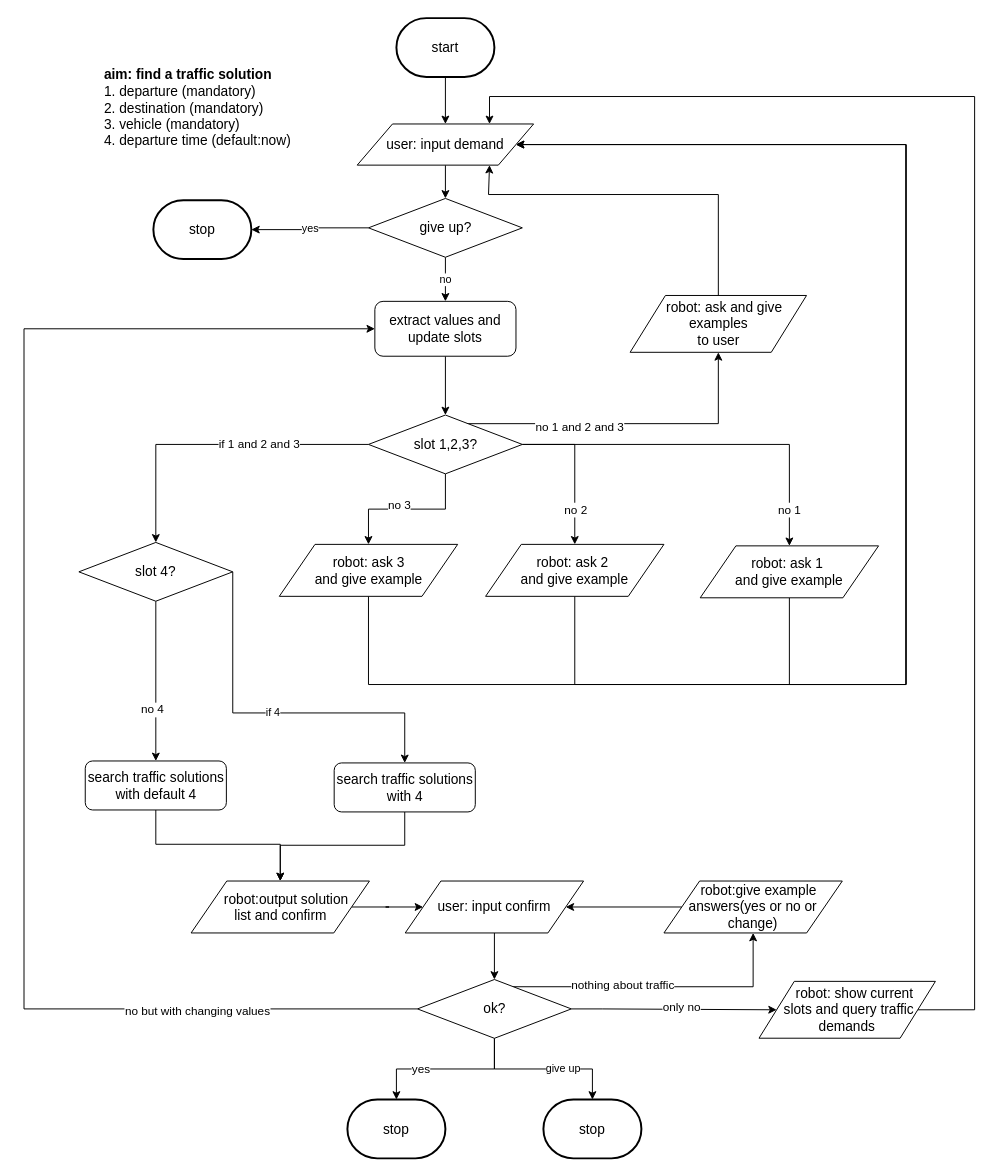
This is flow_diagram/traffic_consult.drawio from ricosr/travel_consult_chatbot, a draw.io file, before an edit. Source tidied: cells renumbered, new cells numbered last; positions are measured from the earlier drawing's top-left corner, leaving out a move shared by most shapes. Both pictures are drawn from the tidied source at 98%, with x=0, y=0 at pixel (24, 18).
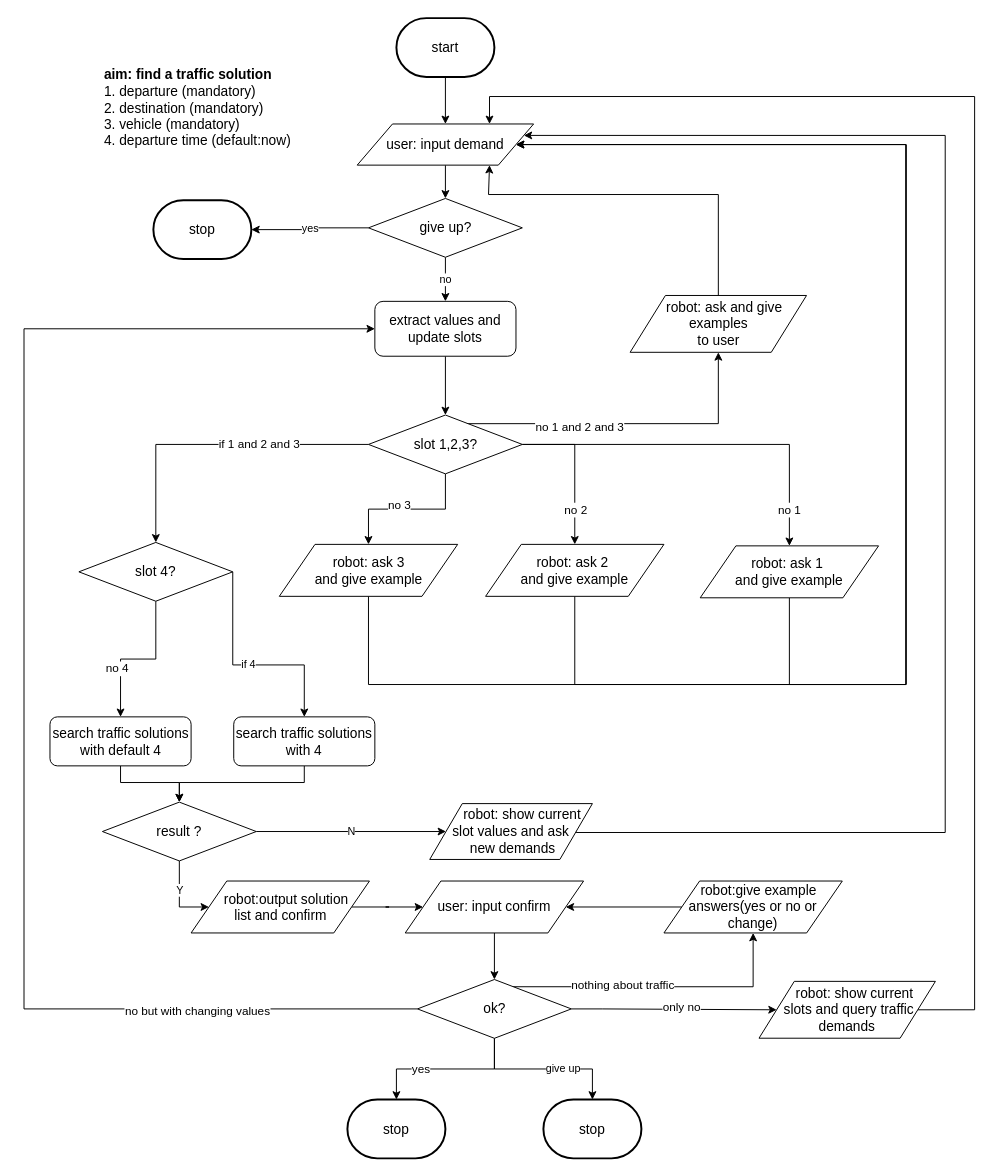
The same page after the edit.

Unchanged cells that the change refers to:
```xml
<mxCell id="19" value="&lt;font style=&quot;font-size: 14px&quot;&gt;slot 4?&lt;br&gt;&lt;/font&gt;" style="rhombus;whiteSpace=wrap;html=1;" parent="1" vertex="1">
  <mxGeometry x="56" y="535" width="157" height="60" as="geometry" />
</mxCell>
<mxCell id="40" value="&lt;span style=&quot;font-size: 14px ; white-space: normal&quot;&gt;user: input demand&lt;/span&gt;" style="shape=parallelogram;perimeter=parallelogramPerimeter;whiteSpace=wrap;html=1;" parent="1" vertex="1">
  <mxGeometry x="340" y="108" width="180" height="42" as="geometry" />
</mxCell>
<mxCell id="47" value="&lt;span style=&quot;font-size: 14px&quot;&gt;&amp;nbsp; &amp;nbsp;robot:output solution &lt;br&gt;list and confirm&lt;/span&gt;" style="shape=parallelogram;perimeter=parallelogramPerimeter;whiteSpace=wrap;html=1;" parent="1" vertex="1">
  <mxGeometry x="170.5" y="880.5" width="182" height="53" as="geometry" />
</mxCell>
```

Diff of the diagram source:
```diff
@@
-    <mxCell id="14" style="edgeStyle=orthogonalEdgeStyle;rounded=0;jettySize=auto;html=1;exitX=0.5;exitY=1;exitDx=0;exitDy=0;entryX=0.5;entryY=0;entryDx=0;entryDy=0;" parent="1" edge="1" source="15" target="47">
-      <mxGeometry relative="1" as="geometry">
-        <Array as="points">
-          <mxPoint x="135" y="843" />
-          <mxPoint x="262" y="843" />
-        </Array>
-      </mxGeometry>
-    </mxCell>
+    <mxCell id="60" style="edgeStyle=orthogonalEdgeStyle;rounded=0;jettySize=auto;html=1;exitX=0.5;exitY=1;exitDx=0;exitDy=0;entryX=0.5;entryY=0;entryDx=0;entryDy=0;" parent="1" edge="1" source="15" target="64">
+      <mxGeometry relative="1" as="geometry">
+        <Array as="points">
+          <mxPoint x="99" y="780" />
+          <mxPoint x="159" y="780" />
+        </Array>
+      </mxGeometry>
+    </mxCell>
     <mxCell id="15" value="&lt;font style=&quot;font-size: 14px&quot;&gt;search traffic solutions with default 4&lt;/font&gt;" style="rounded=1;whiteSpace=wrap;html=1;" parent="1" vertex="1">
-      <mxGeometry x="62.5" y="758" width="144" height="50" as="geometry" />
+      <mxGeometry x="26.5" y="713" width="144" height="50" as="geometry" />
     </mxCell>
@@
     <mxCell id="18" value="if 4" style="edgeStyle=orthogonalEdgeStyle;rounded=0;jettySize=auto;html=1;exitX=1;exitY=0.5;exitDx=0;exitDy=0;entryX=0.5;entryY=0;entryDx=0;entryDy=0;" parent="1" edge="1" source="19" target="21">
       <mxGeometry relative="1" as="geometry">
         <Array as="points">
-          <mxPoint x="213" y="709" />
-          <mxPoint x="389" y="709" />
+          <mxPoint x="213" y="660" />
+          <mxPoint x="286" y="660" />
         </Array>
       </mxGeometry>
     </mxCell>
@@
-    <mxCell id="20" style="edgeStyle=orthogonalEdgeStyle;rounded=0;jettySize=auto;html=1;exitX=0.5;exitY=1;exitDx=0;exitDy=0;entryX=0.5;entryY=0;entryDx=0;entryDy=0;" parent="1" edge="1" source="21" target="47">
-      <mxGeometry relative="1" as="geometry">
-        <Array as="points">
-          <mxPoint x="389" y="844" />
-          <mxPoint x="262" y="844" />
-        </Array>
-      </mxGeometry>
-    </mxCell>
+    <mxCell id="61" style="edgeStyle=orthogonalEdgeStyle;rounded=0;jettySize=auto;html=1;exitX=0.5;exitY=1;exitDx=0;exitDy=0;entryX=0.5;entryY=0;entryDx=0;entryDy=0;" parent="1" edge="1" source="21" target="64">
+      <mxGeometry relative="1" as="geometry">
+        <Array as="points">
+          <mxPoint x="286" y="780" />
+          <mxPoint x="159" y="780" />
+        </Array>
+      </mxGeometry>
+    </mxCell>
     <mxCell id="21" value="&lt;font style=&quot;font-size: 14px&quot;&gt;search traffic solutions with 4&lt;/font&gt;" style="rounded=1;whiteSpace=wrap;html=1;" parent="1" vertex="1">
-      <mxGeometry x="316.5" y="760" width="144" height="50" as="geometry" />
+      <mxGeometry x="214" y="713" width="144" height="50" as="geometry" />
     </mxCell>
@@
+    <mxCell id="62" value="Y" style="edgeStyle=orthogonalEdgeStyle;rounded=0;jettySize=auto;html=1;exitX=0.5;exitY=1;exitDx=0;exitDy=0;entryX=0;entryY=0.5;entryDx=0;entryDy=0;" parent="1" edge="1" source="64" target="47">
+      <mxGeometry x="-0.22" relative="1" as="geometry">
+        <Array as="points">
+          <mxPoint x="158" y="907" />
+        </Array>
+      </mxGeometry>
+    </mxCell>
+    <mxCell id="63" value="N" style="edgeStyle=orthogonalEdgeStyle;rounded=0;jettySize=auto;html=1;exitX=1;exitY=0.5;exitDx=0;exitDy=0;entryX=0;entryY=0.5;entryDx=0;entryDy=0;" parent="1" edge="1" source="64" target="66">
+      <mxGeometry relative="1" as="geometry" />
+    </mxCell>
+    <mxCell id="64" value="&lt;font&gt;&lt;font style=&quot;font-size: 14px&quot;&gt;result ?&lt;/font&gt;&lt;br&gt;&lt;/font&gt;" style="rhombus;whiteSpace=wrap;html=1;" parent="1" vertex="1">
+      <mxGeometry x="80" y="800" width="157" height="60" as="geometry" />
+    </mxCell>
+    <mxCell id="65" style="edgeStyle=orthogonalEdgeStyle;rounded=0;jettySize=auto;html=1;exitX=1;exitY=0.5;exitDx=0;exitDy=0;entryX=1;entryY=0.25;entryDx=0;entryDy=0;" parent="1" edge="1" source="66" target="40">
+      <mxGeometry relative="1" as="geometry">
+        <Array as="points">
+          <mxPoint x="563" y="831" />
+          <mxPoint x="940" y="831" />
+          <mxPoint x="940" y="120" />
+        </Array>
+      </mxGeometry>
+    </mxCell>
+    <mxCell id="66" value="&lt;font style=&quot;font-size: 14px&quot;&gt;&amp;nbsp; &amp;nbsp; &amp;nbsp; robot: show current &lt;br&gt;slot values and ask&lt;br&gt;&amp;nbsp;new demands&lt;br&gt;&lt;/font&gt;" style="shape=parallelogram;perimeter=parallelogramPerimeter;whiteSpace=wrap;html=1;" parent="1" vertex="1">
+      <mxGeometry x="414" y="801.5" width="166" height="57" as="geometry" />
+    </mxCell>
```
